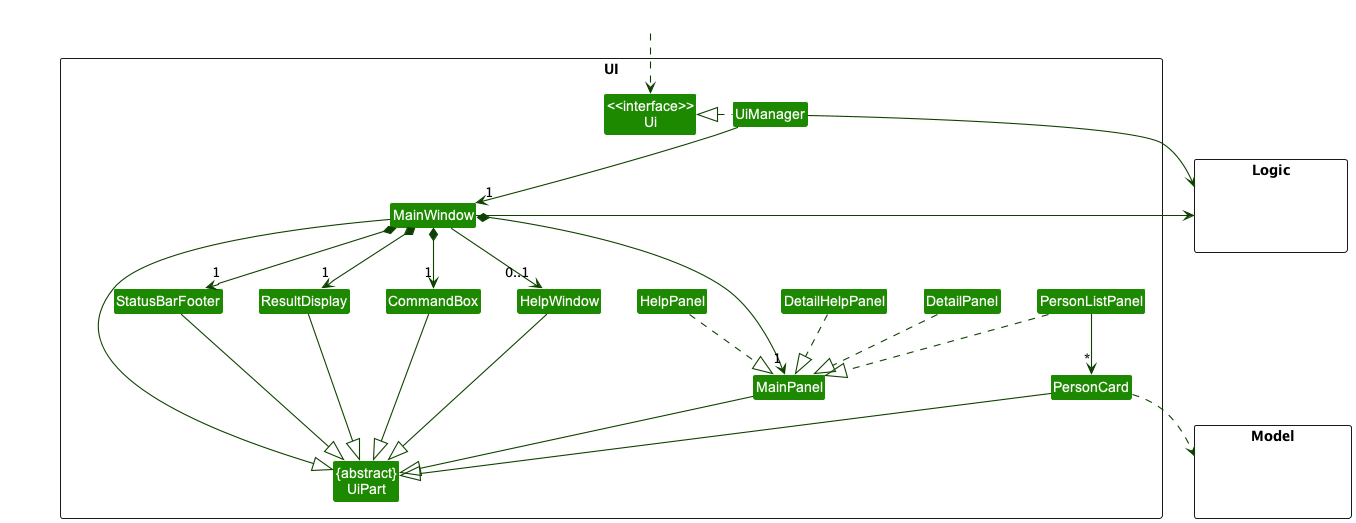
Before: docs/images/UiClassDiagram.png, a diagram exported from PlantUML (nus-cs2103-AY2223S1/tp).
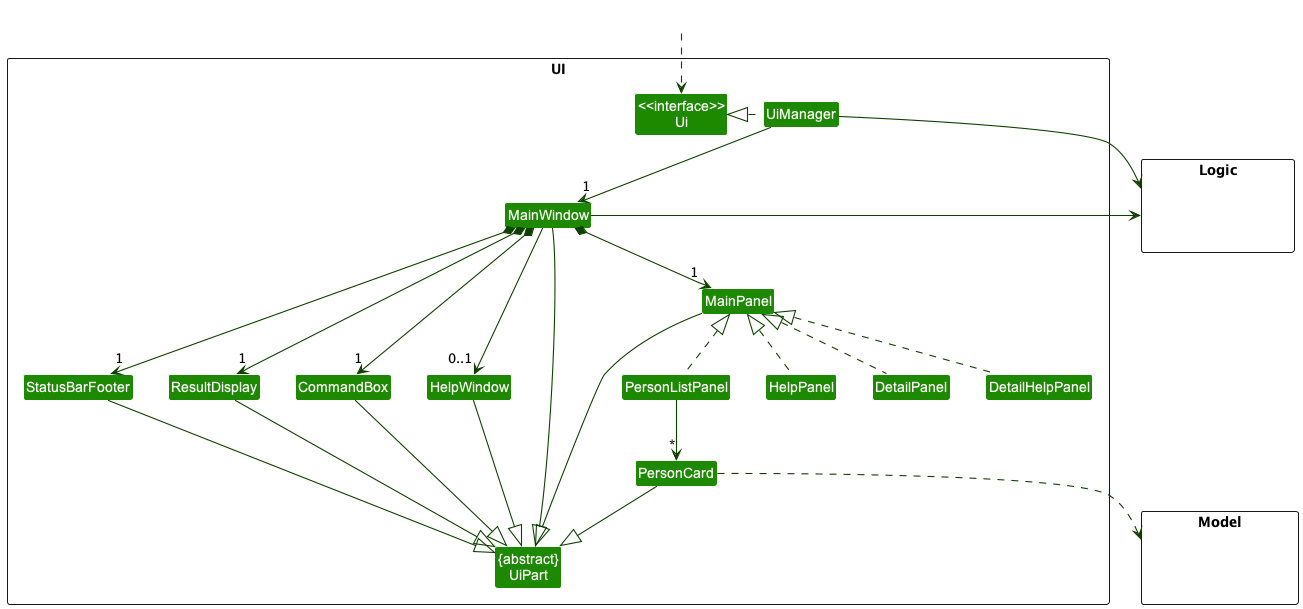
After the commit.

What changed in the source:
```diff
@@ -48,10 +48,10 @@
 ResultDisplay --|> UiPart
 CommandBox --|> UiPart
 MainPanel --|> UiPart
-HelpPanel ..|> MainPanel
-PersonListPanel ..|> MainPanel
-DetailPanel ..|> MainPanel
-DetailHelpPanel ..|> MainPanel
+HelpPanel ..up|> MainPanel
+PersonListPanel ..up|> MainPanel
+DetailPanel ..up|> MainPanel
+DetailHelpPanel ..up|> MainPanel
 PersonCard --|> UiPart
 StatusBarFooter --|> UiPart
 HelpWindow --|> UiPart
```
